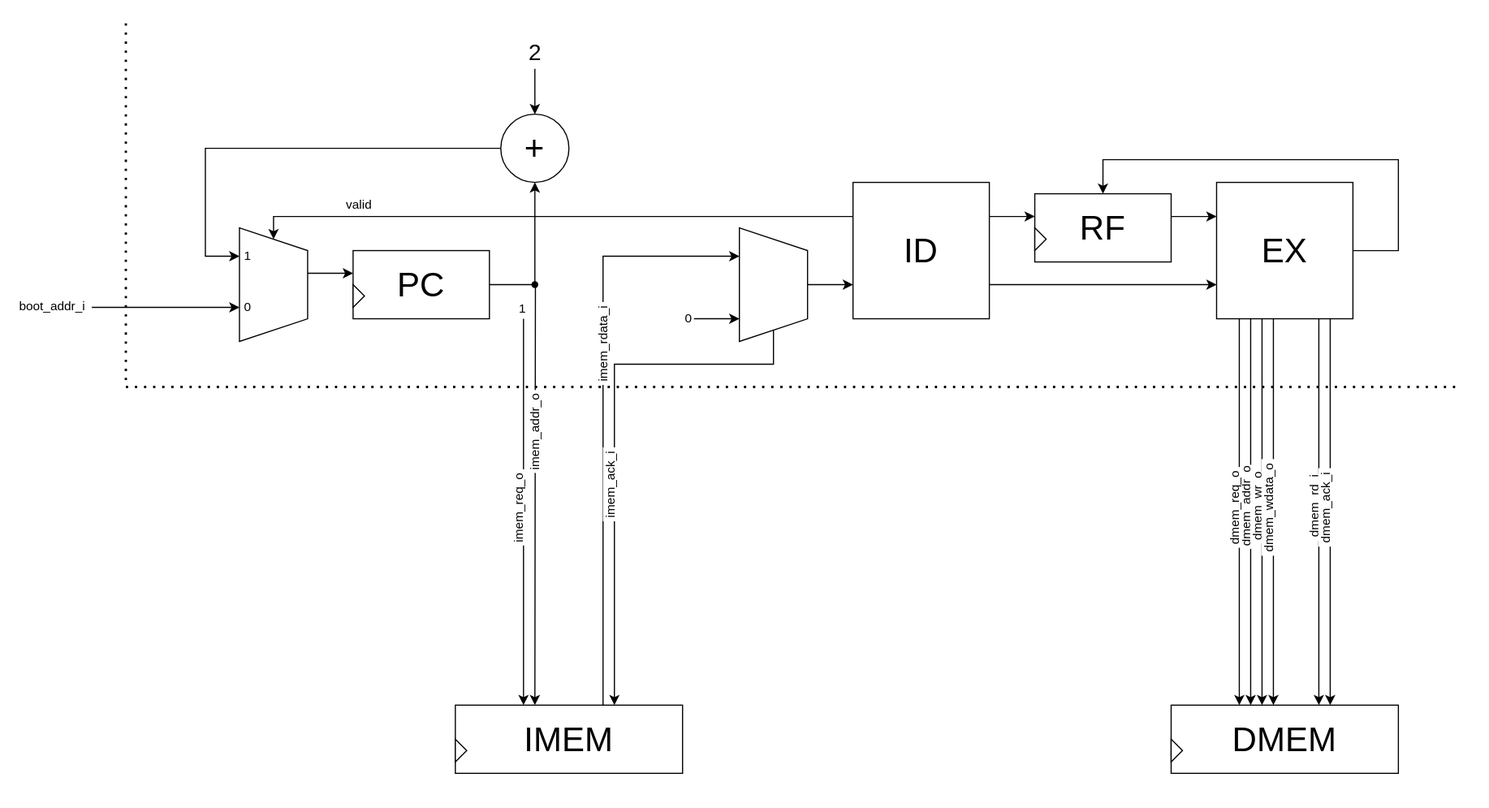
Chip-DSi/simple_processor_BUET keeps this draw.io diagram as docs/march.svg. Above is the earlier version. Source tidied: cells renumbered, new cells last; positions are measured from the earlier drawing's top-left corner, leaving out a move shared by most shapes.
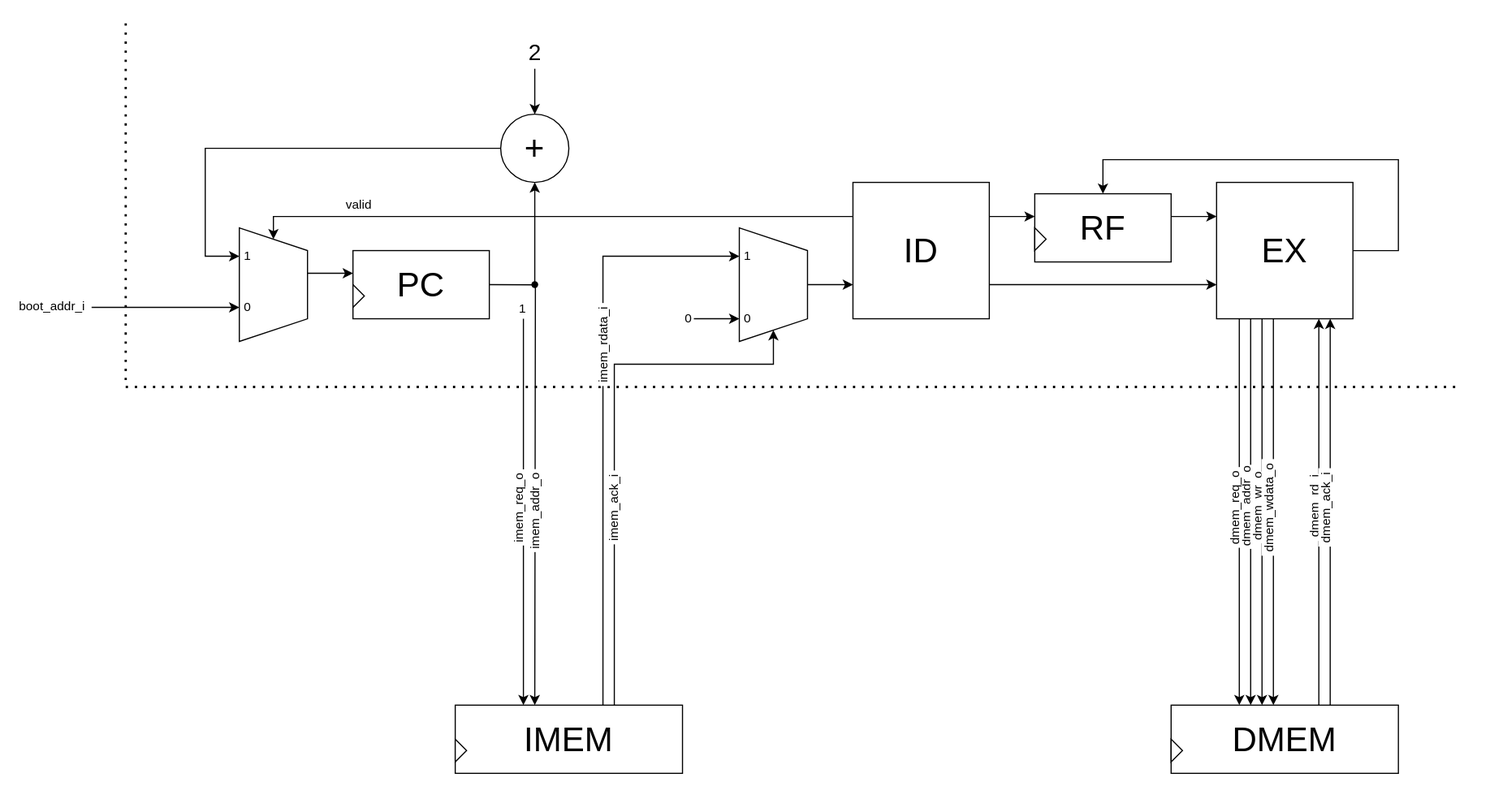
Above is the later version.

Diff of the diagram source:
```diff
@@ -40,7 +40,7 @@
       <mxGeometry x="310" y="250" width="10" height="20" as="geometry" />
     </mxCell>
     <mxCell id="11" value="&amp;nbsp;imem_addr_o&amp;nbsp;" style="endArrow=classic;html=1;rounded=0;exitX=1;exitY=0.5;exitDx=0;exitDy=0;edgeStyle=orthogonalEdgeStyle;horizontal=0;endFill=1;" parent="1" edge="1" source="5">
-      <mxGeometry x="-0.17" relative="1" as="geometry">
+      <mxGeometry x="0.17" relative="1" as="geometry">
         <mxPoint x="470" y="620" as="targetPoint" />
       </mxGeometry>
     </mxCell>
@@ -162,15 +162,15 @@
       </mxGeometry>
     </mxCell>
     <mxCell id="35" value="&amp;nbsp;dmem_rd_i" style="edgeStyle=none;shape=connector;rounded=0;orthogonalLoop=1;jettySize=auto;html=1;strokeColor=default;align=center;verticalAlign=top;fontFamily=Helvetica;fontSize=11;fontColor=default;labelBackgroundColor=default;endArrow=classic;endFill=1;horizontal=0;" parent="1" edge="1">
-      <mxGeometry x="-0.06" y="-10" relative="1" as="geometry">
-        <mxPoint x="1160" y="280" as="sourcePoint" />
-        <mxPoint x="1160" y="620" as="targetPoint" />
+      <mxGeometry x="0.06" y="10" relative="1" as="geometry">
+        <mxPoint x="1160" y="620" as="sourcePoint" />
+        <mxPoint x="1160" y="280" as="targetPoint" />
       </mxGeometry>
     </mxCell>
     <mxCell id="36" value="&amp;nbsp;dmem_ack_i&amp;nbsp;" style="edgeStyle=none;shape=connector;rounded=0;orthogonalLoop=1;jettySize=auto;html=1;strokeColor=default;align=center;verticalAlign=top;fontFamily=Helvetica;fontSize=11;fontColor=default;labelBackgroundColor=default;endArrow=classic;endFill=1;horizontal=0;" parent="1" edge="1">
-      <mxGeometry x="-0.06" y="-10" relative="1" as="geometry">
-        <mxPoint x="1170" y="280" as="sourcePoint" />
-        <mxPoint x="1170" y="620" as="targetPoint" />
+      <mxGeometry x="0.06" y="10" relative="1" as="geometry">
+        <mxPoint x="1170" y="620" as="sourcePoint" />
+        <mxPoint x="1170" y="280" as="targetPoint" />
       </mxGeometry>
     </mxCell>
     <mxCell id="37" value="&amp;nbsp;imem_req_o&amp;nbsp;" style="edgeStyle=none;shape=connector;rounded=0;orthogonalLoop=1;jettySize=auto;html=1;strokeColor=default;align=center;verticalAlign=top;fontFamily=Helvetica;fontSize=11;fontColor=default;labelBackgroundColor=default;endArrow=classic;endFill=1;horizontal=0;" parent="1" edge="1">
@@ -182,12 +182,12 @@
     <mxCell id="38" value="1" style="text;html=1;align=center;verticalAlign=middle;strokeColor=none;fillColor=none;fontFamily=Helvetica;fontSize=11;fontColor=default;labelBackgroundColor=default;" parent="1" vertex="1">
       <mxGeometry x="444" y="256" width="30" height="30" as="geometry" />
     </mxCell>
-    <mxCell id="39" value="&amp;nbsp;imem_ack_i&amp;nbsp;" style="edgeStyle=none;shape=connector;rounded=0;jettySize=auto;html=1;strokeColor=default;align=center;verticalAlign=top;fontFamily=Helvetica;fontSize=11;fontColor=default;labelBackgroundColor=default;endArrow=classic;endFill=1;horizontal=0;exitX=1;exitY=0.5;exitDx=0;exitDy=0;" parent="1" edge="1" source="40">
-      <mxGeometry x="0.15" y="-10" relative="1" as="geometry">
-        <mxPoint x="540" y="620" as="targetPoint" />
+    <mxCell id="39" value="&amp;nbsp;imem_ack_i&amp;nbsp;" style="edgeStyle=none;shape=connector;rounded=0;jettySize=auto;html=1;strokeColor=default;align=center;verticalAlign=top;fontFamily=Helvetica;fontSize=11;fontColor=default;labelBackgroundColor=default;endArrow=classic;endFill=1;horizontal=0;exitX=1;exitY=0.5;exitDx=0;exitDy=0;entryX=1;entryY=0.5;entryDx=0;entryDy=0;" parent="1" edge="1" target="40">
+      <mxGeometry x="-0.23" y="6" relative="1" as="geometry">
+        <mxPoint x="540" y="620" as="sourcePoint" />
         <Array as="points">
+          <mxPoint x="540" y="320" />
           <mxPoint x="680" y="320" />
-          <mxPoint x="540" y="320" />
         </Array>
       </mxGeometry>
     </mxCell>
@@ -218,5 +218,11 @@
     <mxCell id="46" style="triangle;whiteSpace=wrap;html=1;" parent="1" vertex="1">
       <mxGeometry x="1030" y="650" width="10" height="20" as="geometry" />
     </mxCell>
+    <mxCell id="47" value="1" style="text;html=1;align=center;verticalAlign=middle;strokeColor=none;fillColor=none;fontFamily=Helvetica;fontSize=11;fontColor=default;labelBackgroundColor=default;" parent="1" vertex="1">
+      <mxGeometry x="642" y="210" width="30" height="30" as="geometry" />
+    </mxCell>
+    <mxCell id="48" value="0" style="text;html=1;align=center;verticalAlign=middle;strokeColor=none;fillColor=none;fontFamily=Helvetica;fontSize=11;fontColor=default;labelBackgroundColor=default;" parent="1" vertex="1">
+      <mxGeometry x="642" y="265" width="30" height="30" as="geometry" />
+    </mxCell>
   </root>
 </mxGraphModel>
```
